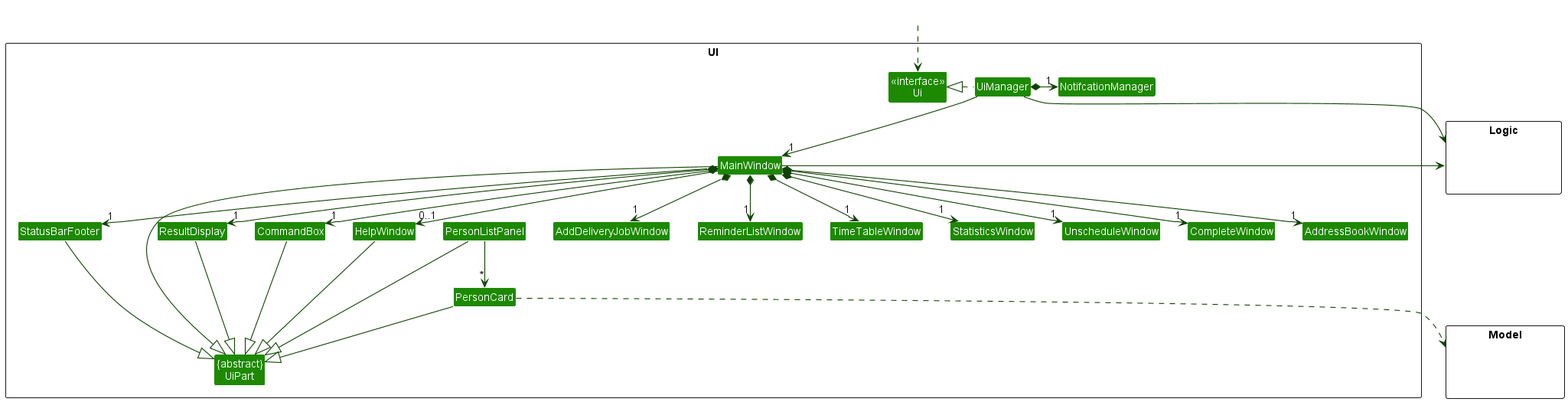
The PlantUML diagram docs/images/UiClassDiagram.png in nus-cs2103-AY2223S2/tp, before a commit.
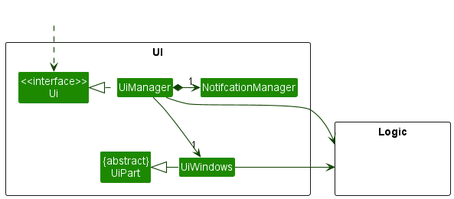
The same file after the commit.

Change to the diagram source:
```diff
@@ -8,28 +8,9 @@
 Class "<<interface>>\nUi" as Ui
 Class "{abstract}\nUiPart" as UiPart
 Class UiManager
+Class NotifcationManager
+Class UiWindows
 
-Class NotifcationManager
-
-Class MainWindow
-Class HelpWindow
-Class ResultDisplay
-Class PersonListPanel
-Class PersonCard
-Class StatusBarFooter
-Class CommandBox
-
-Class ReminderListWindow
-Class TimeTableWindow
-Class StatisticsWindow
-Class UnscheduleWindow
-Class CompleteWindow
-Class AddressBookWindow
-Class AddDeliveryJobWindow
-}
-
-package Model <<Rectangle>> {
-Class HiddenModel #FFFFFF
 }
 
 package Logic <<Rectangle>> {
@@ -40,40 +21,12 @@
 HiddenOutside ..> Ui
 
 UiManager .left.|> Ui
-UiManager -down-> "1" MainWindow
+UiManager -down-> "1" UiWindows
 UiManager *-right-> "1" NotifcationManager
-MainWindow *-down->  "1" CommandBox
-MainWindow *-down-> "1" ResultDisplay
-MainWindow *-down-> "1" StatusBarFooter
-MainWindow --> "0..1" HelpWindow
 
-MainWindow *-down->  "1" ReminderListWindow
-MainWindow *-down->  "1" TimeTableWindow
-MainWindow *-down->  "1" StatisticsWindow
-MainWindow *-down->  "1" UnscheduleWindow
-MainWindow *-down->  "1" CompleteWindow
-MainWindow *-down->  "1" AddressBookWindow
-MainWindow *-down->  "1" AddDeliveryJobWindow
+UiWindows -left-|> UiPart
 
-PersonListPanel -down-> "*" PersonCard
+UiManager -right-> Logic
+UiWindows -left-> Logic
 
-MainWindow -left-|> UiPart
-
-ResultDisplay --|> UiPart
-CommandBox --|> UiPart
-PersonListPanel --|> UiPart
-PersonCard --|> UiPart
-StatusBarFooter --|> UiPart
-HelpWindow --|> UiPart
-
-PersonCard ..> Model
-UiManager -right-> Logic
-MainWindow -left-> Logic
-
-PersonListPanel -[hidden]left- HelpWindow
-HelpWindow -[hidden]left- CommandBox
-CommandBox -[hidden]left- ResultDisplay
-ResultDisplay -[hidden]left- StatusBarFooter
-
-MainWindow -[hidden]-|> UiPart
 @enduml
```
